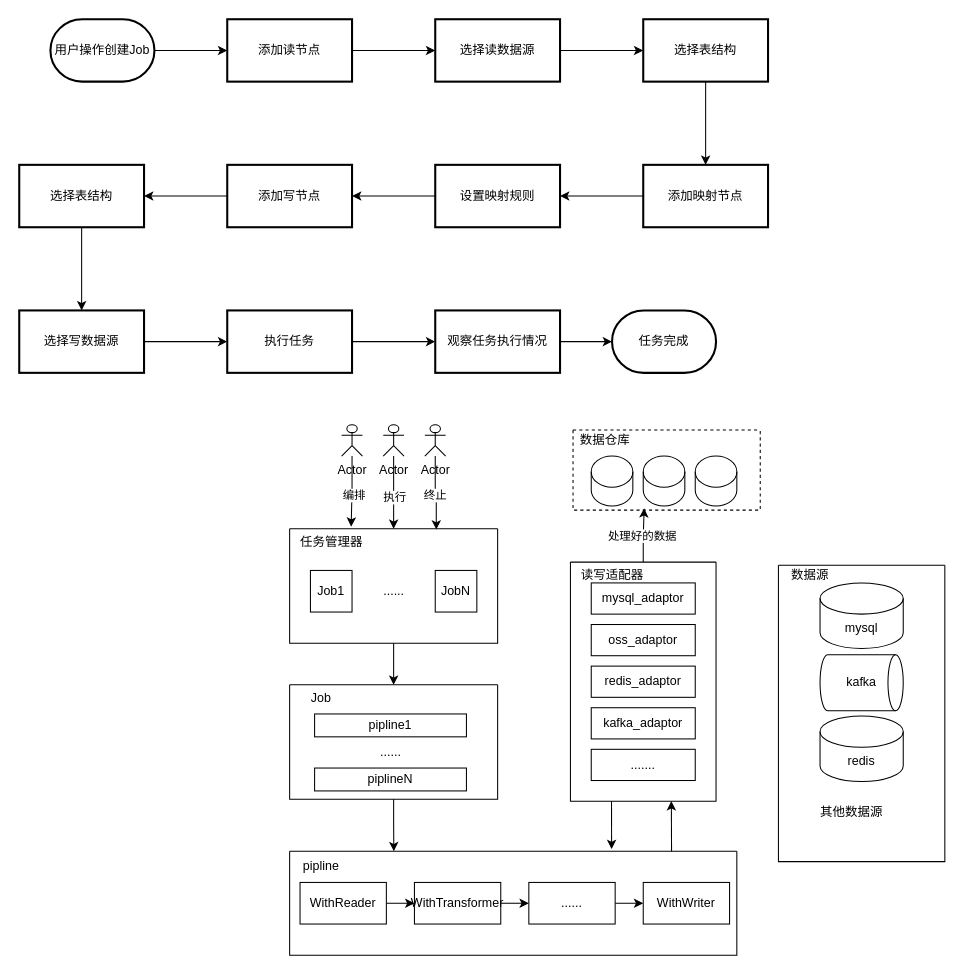
Before: page "第 2 页" (2 of 2) of Crm-Saas/crm-saas.drawio in zhangshuntao-ola/MyDraw, a draw.io diagram. Source tidied: cells renumbered, new cells numbered last; positions are measured from the earlier drawing's top-left corner, leaving out a move shared by most shapes. Both pictures are drawn from the tidied source at 104%, with x=0, y=0 at pixel (19, 19).
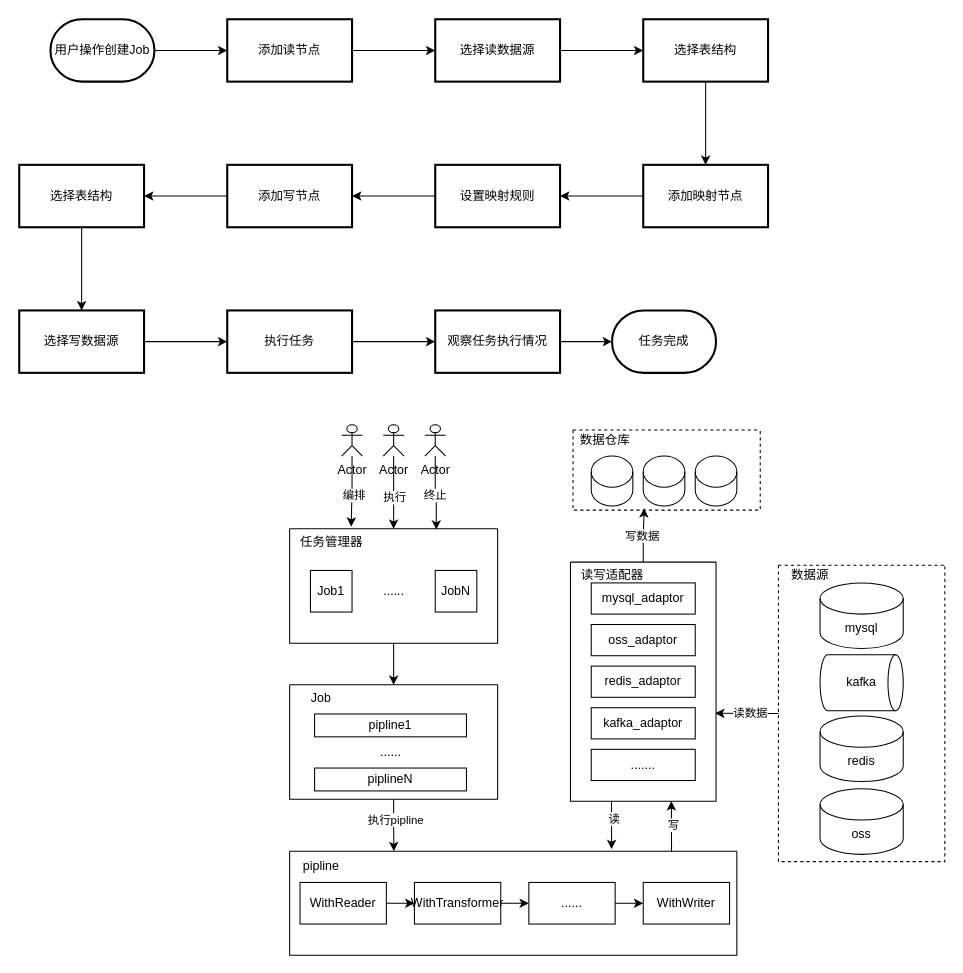
Above is the later version.

Unchanged cells that the change refers to:
```xml
<mxCell id="25" style="swimlane;startSize=0;" parent="1" vertex="1">
  <mxGeometry x="530" y="522" width="140" height="230" as="geometry" />
</mxCell>
<mxCell id="60" style="edgeStyle=orthogonalEdgeStyle;rounded=0;jettySize=auto;html=1;entryX=0.233;entryY=0;entryDx=0;entryDy=0;entryPerimeter=0;" parent="1" edge="1" source="47" target="52">
  <mxGeometry relative="1" as="geometry" />
</mxCell>
<mxCell id="61" style="endArrow=classic;html=1;rounded=0;entryX=0.72;entryY=-0.021;entryDx=0;entryDy=0;entryPerimeter=0;exitX=0.282;exitY=0.999;exitDx=0;exitDy=0;exitPerimeter=0;" parent="1" edge="1" source="25" target="52">
  <mxGeometry relative="1" as="geometry" />
</mxCell>
<mxCell id="62" style="endArrow=classic;html=1;rounded=0;exitX=0.854;exitY=0;exitDx=0;exitDy=0;exitPerimeter=0;entryX=0.693;entryY=0.999;entryDx=0;entryDy=0;entryPerimeter=0;" parent="1" edge="1" source="52" target="25">
  <mxGeometry relative="1" as="geometry" />
</mxCell>
<mxCell id="69" style="edgeStyle=orthogonalEdgeStyle;rounded=0;jettySize=auto;html=1;entryX=0.38;entryY=0.977;entryDx=0;entryDy=0;entryPerimeter=0;" parent="1" edge="1" source="25" target="64">
  <mxGeometry relative="1" as="geometry" />
</mxCell>
```

Diff of the diagram source:
```diff
@@
+    <mxCell id="77" value="执行pipline" style="edgeLabel;html=1;align=center;verticalAlign=middle;" parent="60" vertex="1">
+      <mxGeometry x="-0.24" y="1" relative="1" as="geometry" />
+    </mxCell>
@@
+    <mxCell id="78" value="读" style="edgeLabel;html=1;align=center;verticalAlign=middle;" parent="61" vertex="1">
+      <mxGeometry x="-0.28" y="2" relative="1" as="geometry" />
+    </mxCell>
@@
+    <mxCell id="79" value="写" style="edgeLabel;html=1;align=center;verticalAlign=middle;" parent="62" vertex="1">
+      <mxGeometry x="0.03" y="-1" relative="1" as="geometry" />
+    </mxCell>
@@
-    <mxCell id="70" value="处理好的数据" style="edgeLabel;html=1;align=center;verticalAlign=middle;" parent="69" vertex="1">
+    <mxCell id="70" value="写数据" style="edgeLabel;html=1;align=center;verticalAlign=middle;" parent="69" vertex="1">
       <mxGeometry x="-0.05" y="3" relative="1" as="geometry">
         <mxPoint x="-2" y="2" as="offset" />
       </mxGeometry>
     </mxCell>
-    <mxCell id="71" style="swimlane;startSize=0;" parent="1" vertex="1">
+    <mxCell id="71" style="swimlane;startSize=0;dashed=1;" parent="1" vertex="1">
       <mxGeometry x="730" y="525" width="160" height="285" as="geometry" />
     </mxCell>
@@
-    <mxCell id="76" value="其他数据源" style="text;html=1;align=center;verticalAlign=middle;strokeColor=none;fillColor=none;" parent="1" vertex="1">
-      <mxGeometry x="760" y="748" width="80" height="30" as="geometry" />
-    </mxCell>
+    <mxCell id="80" value="oss" style="shape=cylinder3;whiteSpace=wrap;html=1;boundedLbl=1;backgroundOutline=1;size=15;" parent="71" vertex="1">
+      <mxGeometry x="40" y="215" width="80" height="63" as="geometry" />
+    </mxCell>
+    <mxCell id="81" style="edgeStyle=orthogonalEdgeStyle;rounded=0;jettySize=auto;html=1;entryX=0.994;entryY=0.632;entryDx=0;entryDy=0;entryPerimeter=0;" parent="1" edge="1" source="71" target="25">
+      <mxGeometry relative="1" as="geometry" />
+    </mxCell>
+    <mxCell id="82" value="读数据" style="edgeLabel;html=1;align=center;verticalAlign=middle;" parent="81" vertex="1">
+      <mxGeometry x="-0.09" y="-1" relative="1" as="geometry" />
+    </mxCell>
```
